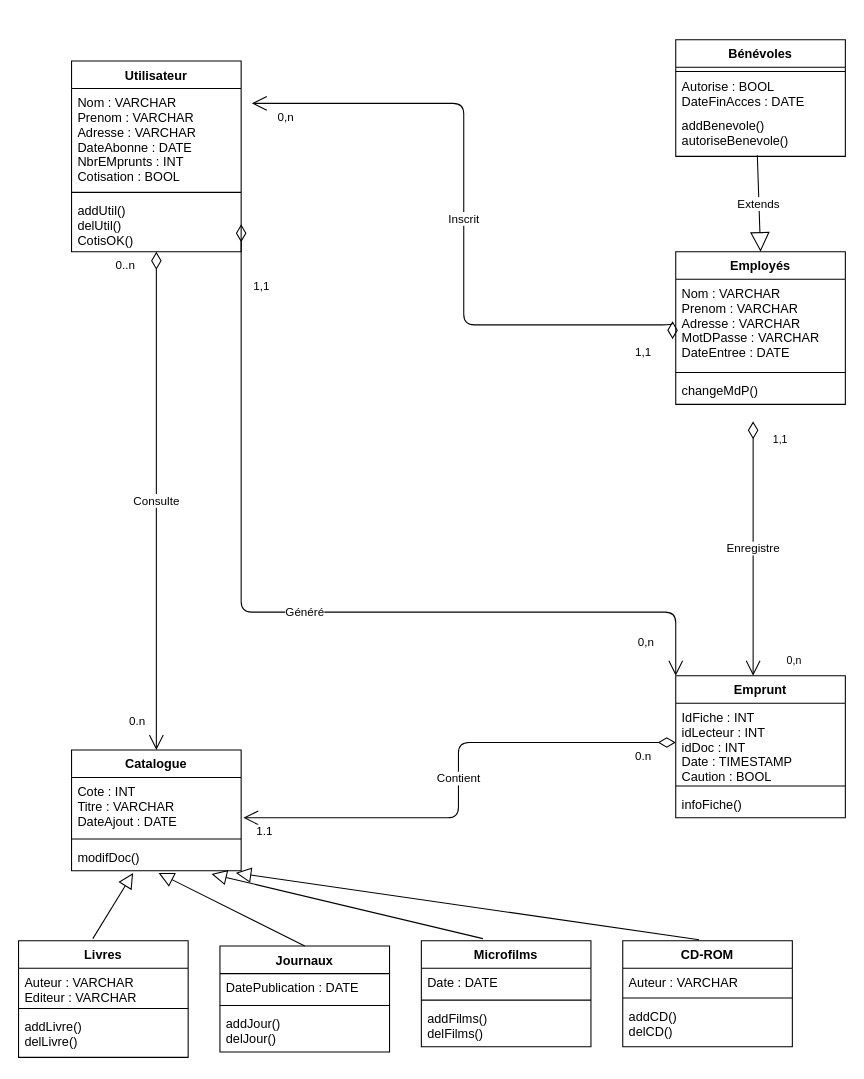
Above: page "DiagrammeClasse" (4 of 4) of developperDesComposantsdInterface/umlPartie1/UML.drawio in Mikaeldus/ExoCDA (draw.io), before the change. Source tidied: cells renumbered, new cells numbered last; positions are measured from the earlier drawing's top-left corner, leaving out a move shared by most shapes. Both pictures are drawn from the tidied source at 106%, with x=0, y=0 at pixel (18, 39).
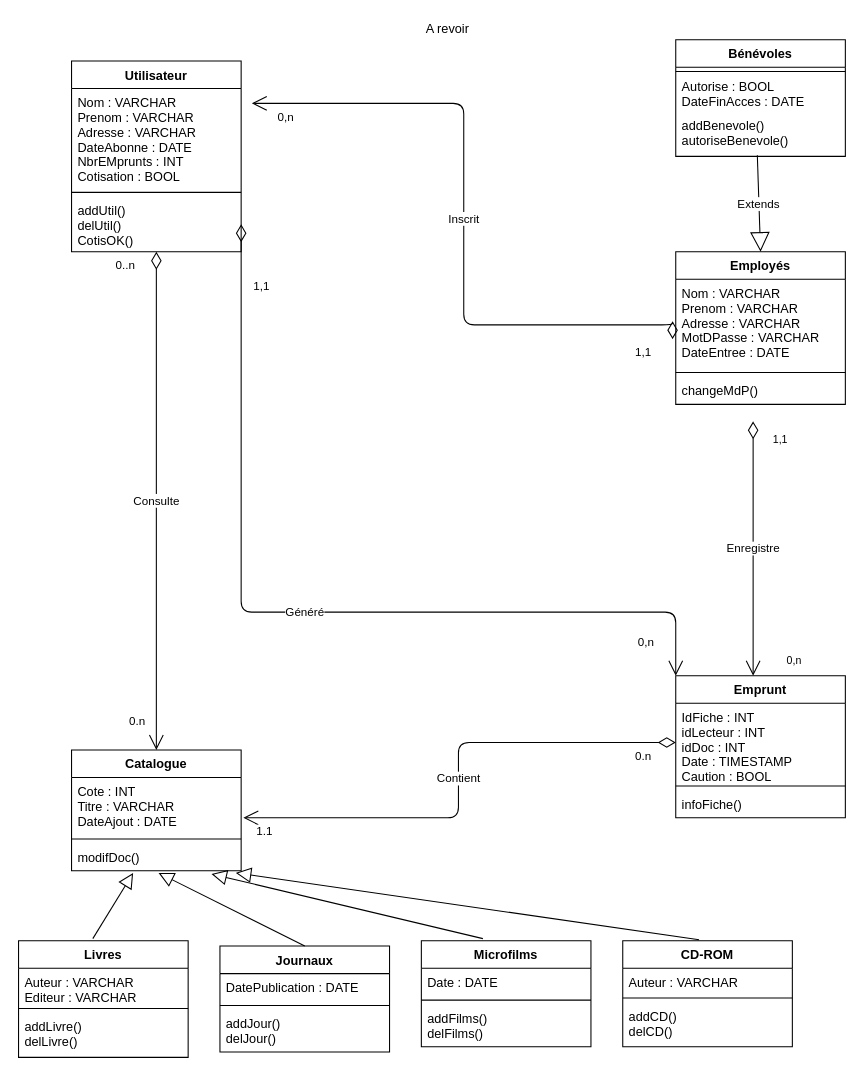
The same diagram, later.

Change to the diagram source:
```diff
@@
+    <mxCell id="58" value="A revoir" style="text;html=1;strokeColor=none;fillColor=none;align=center;verticalAlign=middle;whiteSpace=wrap;rounded=0;" parent="1" vertex="1">
+      <mxGeometry x="330" y="-20" width="150" height="20" as="geometry" />
+    </mxCell>
```
